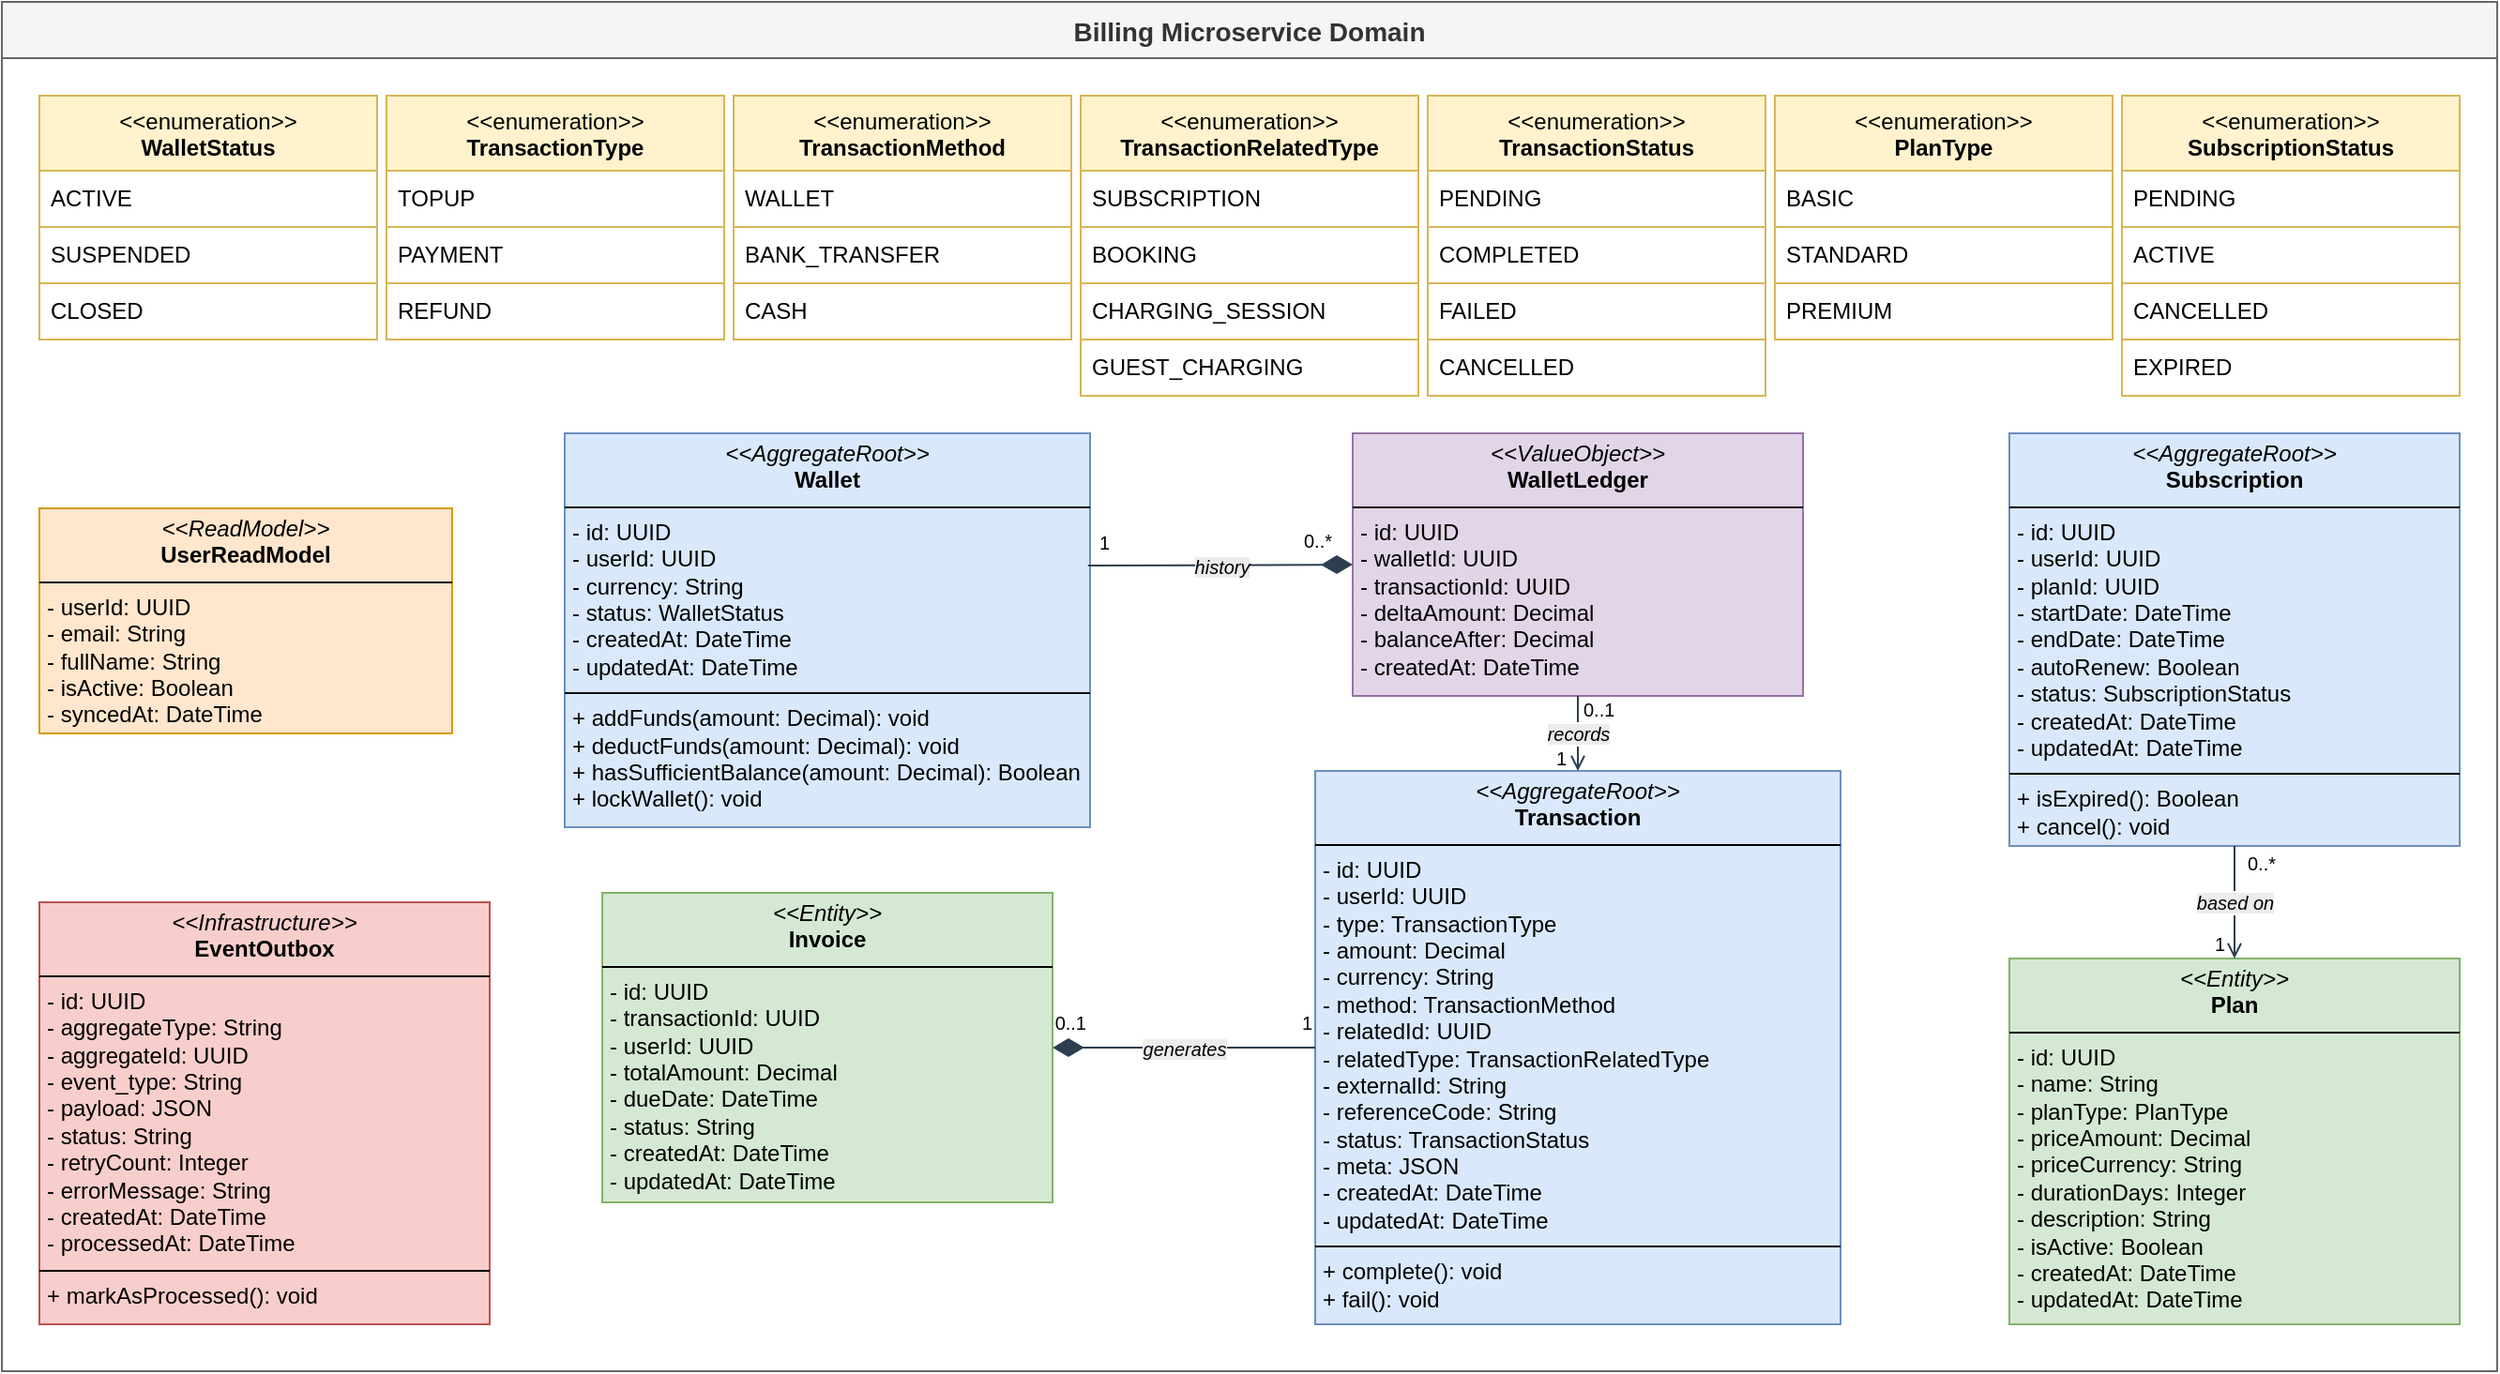
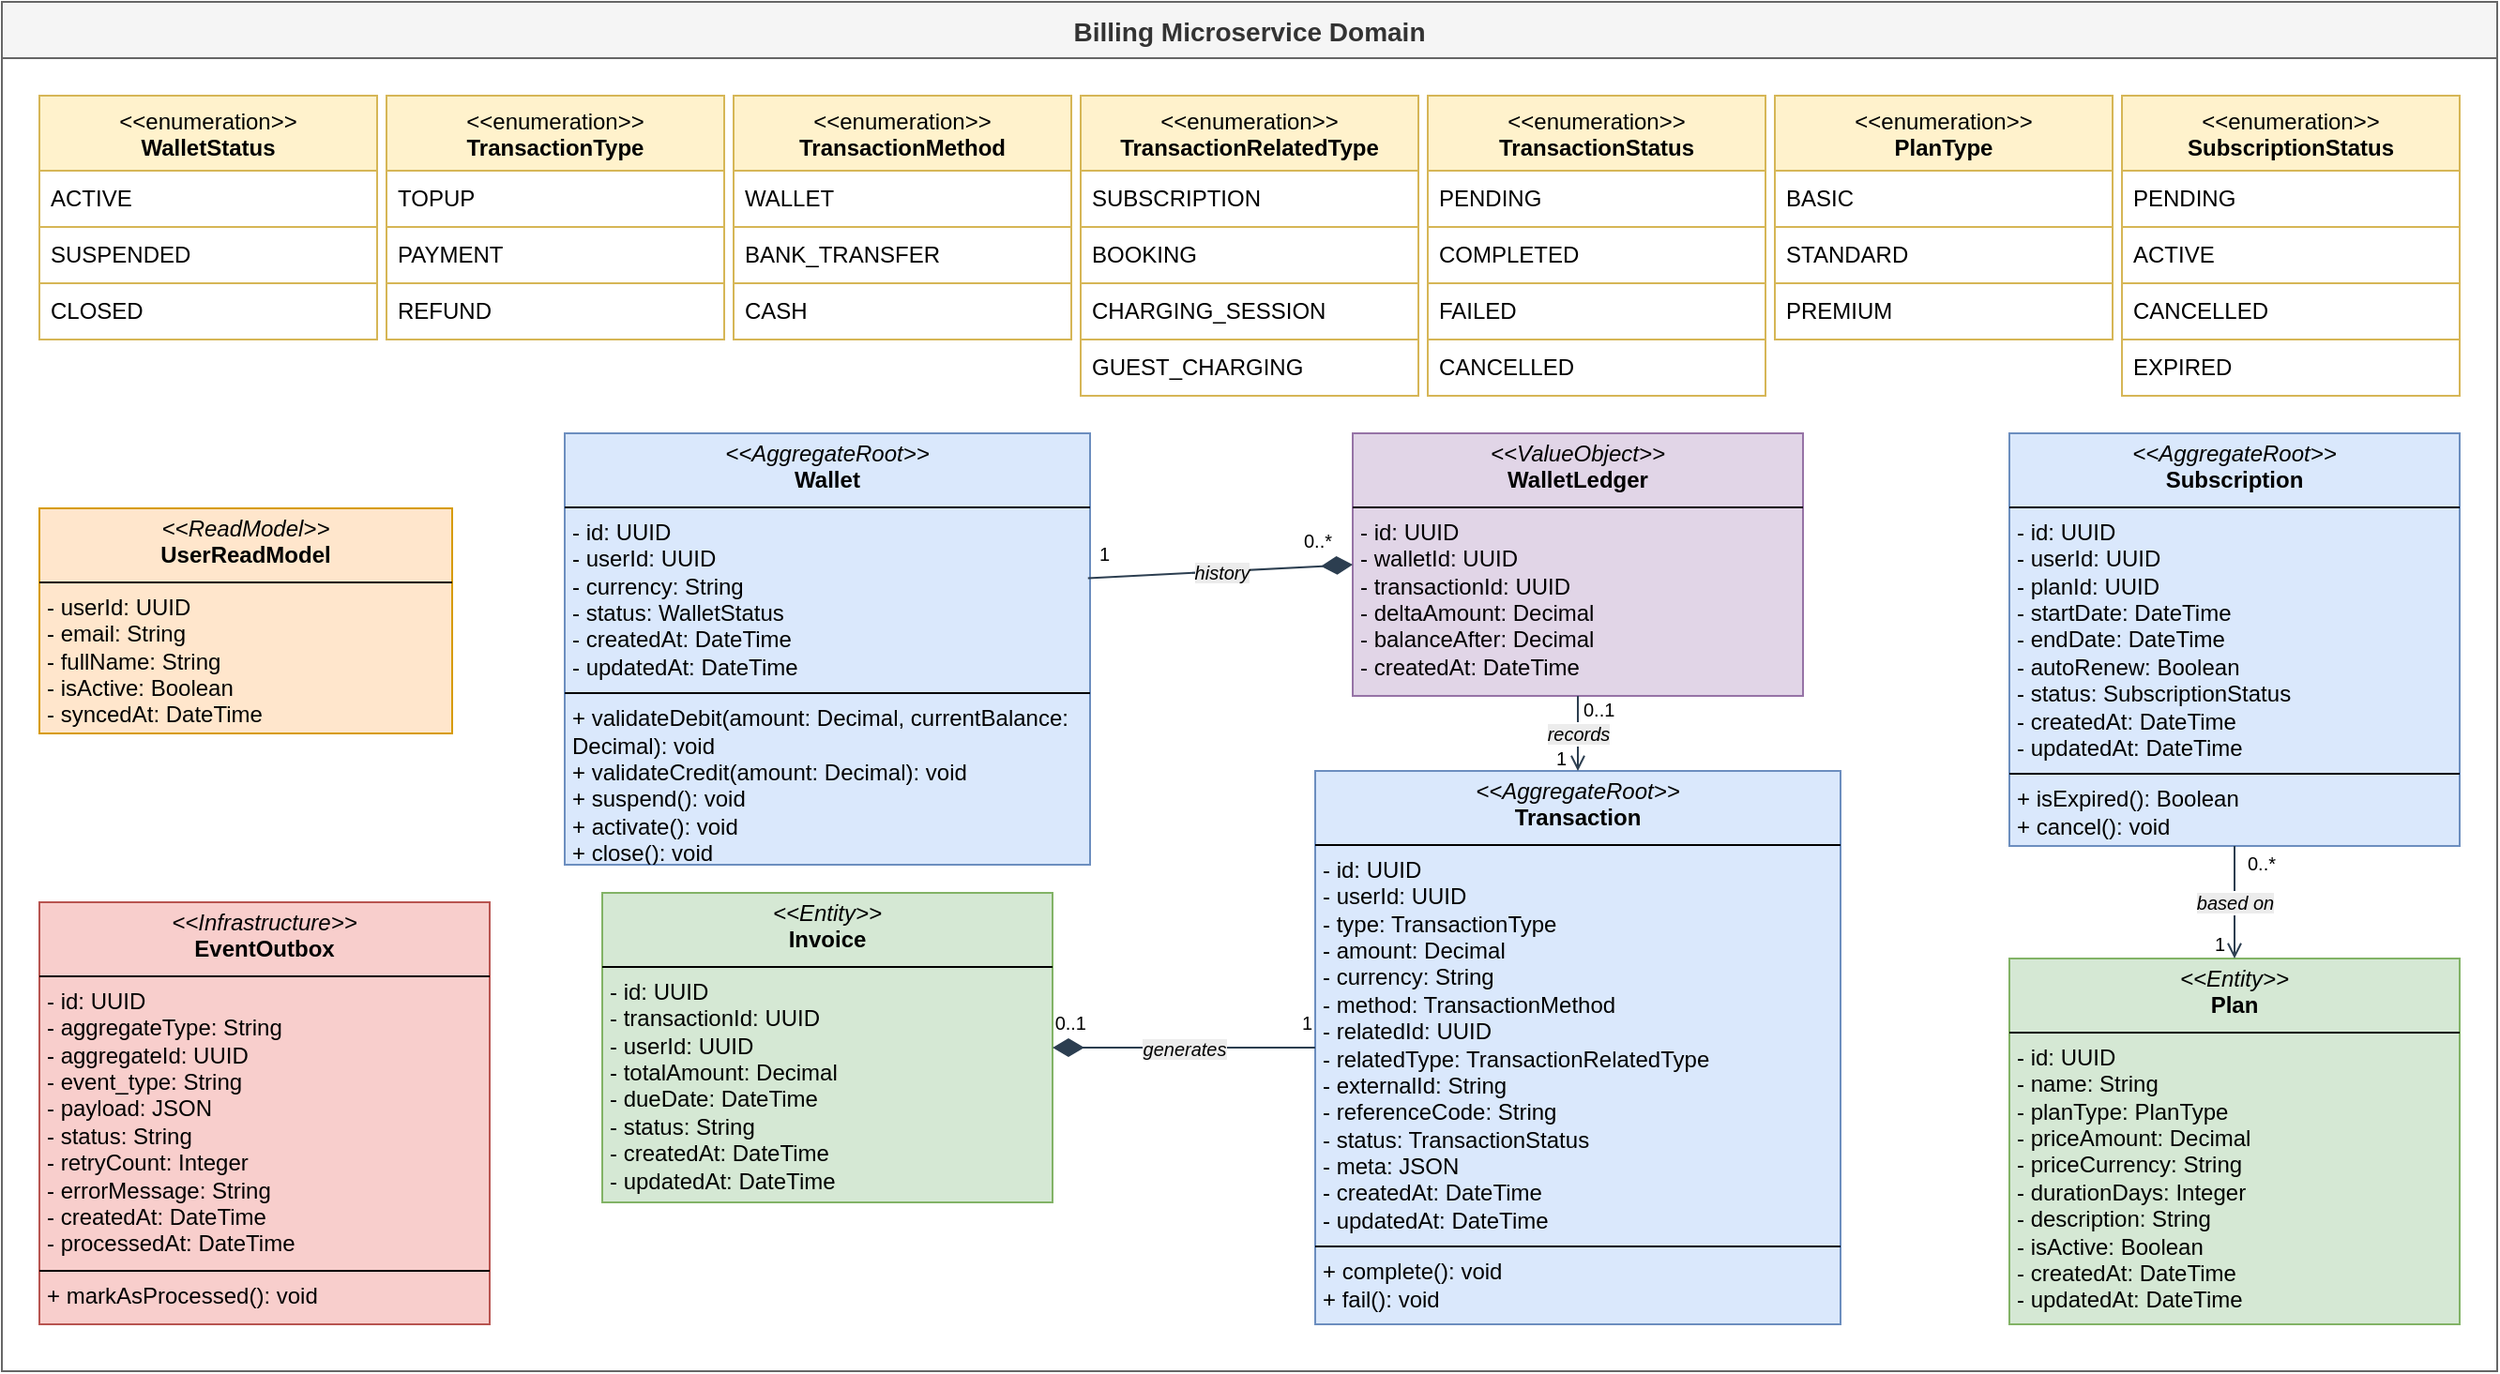
<mxfile host="Electron">
  <diagram id="CD_04_Billing_Domain" name="CD_04_Billing_Domain">
    <mxGraphModel dx="1270" dy="824" grid="1" gridSize="10" guides="1" tooltips="1" connect="1" arrows="1" fold="1" page="1" pageScale="1" pageWidth="3000" pageHeight="2200" math="0" shadow="0">
      <root>
        <mxCell id="0" />
        <mxCell id="1" parent="0" />
        <mxCell id="pkg" parent="1" style="points=[[0,0],[0.25,0],[0.5,0],[0.75,0],[1,0],[1,0.25],[1,0.5],[1,0.75],[1,1],[0.75,1],[0.5,1],[0.25,1],[0,1],[0,0.75],[0,0.5],[0,0.25]];shape=table;startSize=30;container=1;collapsible=0;childLayout=tableLayout;fixedRows=1;rowLines=0;fontStyle=1;align=center;resizeLast=1;fontSize=14;fillColor=#f5f5f5;strokeColor=#666666;fontColor=#333333;" value="Billing Microservice Domain" vertex="1">
          <mxGeometry height="730" width="1330" x="40" y="10" as="geometry" />
        </mxCell>
        <mxCell id="WalletStatus" parent="1" style="swimlane;fontStyle=0;align=center;verticalAlign=top;childLayout=stackLayout;horizontal=1;startSize=40;horizontalStack=0;resizeParent=1;resizeParentMax=0;resizeLast=0;collapsible=0;marginBottom=0;html=1;whiteSpace=wrap;fillColor=#fff2cc;strokeColor=#d6b656;" value="&amp;lt;&amp;lt;enumeration&amp;gt;&amp;gt;&lt;br&gt;&lt;b&gt;WalletStatus&lt;/b&gt;" vertex="1">
          <mxGeometry height="130" width="180" x="60" y="60" as="geometry" />
        </mxCell>
        <mxCell id="WalletStatus_lit0" parent="WalletStatus" style="text;html=1;strokeColor=none;fillColor=none;align=left;verticalAlign=middle;spacingLeft=4;spacingRight=4;overflow=hidden;rotatable=0;points=[[0,0.5],[1,0.5]];portConstraint=eastwest;whiteSpace=wrap;strokeColor=#d6b656;" value="ACTIVE" vertex="1">
          <mxGeometry height="30" width="180" y="40" as="geometry" />
        </mxCell>
        <mxCell id="WalletStatus_lit1" parent="WalletStatus" style="text;html=1;strokeColor=none;fillColor=none;align=left;verticalAlign=middle;spacingLeft=4;spacingRight=4;overflow=hidden;rotatable=0;points=[[0,0.5],[1,0.5]];portConstraint=eastwest;whiteSpace=wrap;strokeColor=#d6b656;" value="SUSPENDED" vertex="1">
          <mxGeometry height="30" width="180" y="70" as="geometry" />
        </mxCell>
        <mxCell id="WalletStatus_lit2" parent="WalletStatus" style="text;html=1;strokeColor=none;fillColor=none;align=left;verticalAlign=middle;spacingLeft=4;spacingRight=4;overflow=hidden;rotatable=0;points=[[0,0.5],[1,0.5]];portConstraint=eastwest;whiteSpace=wrap;strokeColor=#d6b656;" value="CLOSED" vertex="1">
          <mxGeometry height="30" width="180" y="100" as="geometry" />
        </mxCell>
        <mxCell id="TransactionType" parent="1" style="swimlane;fontStyle=0;align=center;verticalAlign=top;childLayout=stackLayout;horizontal=1;startSize=40;horizontalStack=0;resizeParent=1;resizeParentMax=0;resizeLast=0;collapsible=0;marginBottom=0;html=1;whiteSpace=wrap;fillColor=#fff2cc;strokeColor=#d6b656;" value="&amp;lt;&amp;lt;enumeration&amp;gt;&amp;gt;&lt;br&gt;&lt;b&gt;TransactionType&lt;/b&gt;" vertex="1">
          <mxGeometry height="130" width="180" x="245" y="60" as="geometry" />
        </mxCell>
        <mxCell id="TransactionType_lit0" parent="TransactionType" style="text;html=1;strokeColor=none;fillColor=none;align=left;verticalAlign=middle;spacingLeft=4;spacingRight=4;overflow=hidden;rotatable=0;points=[[0,0.5],[1,0.5]];portConstraint=eastwest;whiteSpace=wrap;strokeColor=#d6b656;" value="TOPUP" vertex="1">
          <mxGeometry height="30" width="180" y="40" as="geometry" />
        </mxCell>
        <mxCell id="TransactionType_lit1" parent="TransactionType" style="text;html=1;strokeColor=none;fillColor=none;align=left;verticalAlign=middle;spacingLeft=4;spacingRight=4;overflow=hidden;rotatable=0;points=[[0,0.5],[1,0.5]];portConstraint=eastwest;whiteSpace=wrap;strokeColor=#d6b656;" value="PAYMENT" vertex="1">
          <mxGeometry height="30" width="180" y="70" as="geometry" />
        </mxCell>
        <mxCell id="TransactionType_lit2" parent="TransactionType" style="text;html=1;strokeColor=none;fillColor=none;align=left;verticalAlign=middle;spacingLeft=4;spacingRight=4;overflow=hidden;rotatable=0;points=[[0,0.5],[1,0.5]];portConstraint=eastwest;whiteSpace=wrap;strokeColor=#d6b656;" value="REFUND" vertex="1">
          <mxGeometry height="30" width="180" y="100" as="geometry" />
        </mxCell>
        <mxCell id="TransactionMethod" parent="1" style="swimlane;fontStyle=0;align=center;verticalAlign=top;childLayout=stackLayout;horizontal=1;startSize=40;horizontalStack=0;resizeParent=1;resizeParentMax=0;resizeLast=0;collapsible=0;marginBottom=0;html=1;whiteSpace=wrap;fillColor=#fff2cc;strokeColor=#d6b656;" value="&amp;lt;&amp;lt;enumeration&amp;gt;&amp;gt;&lt;br&gt;&lt;b&gt;TransactionMethod&lt;/b&gt;" vertex="1">
          <mxGeometry height="130" width="180" x="430" y="60" as="geometry" />
        </mxCell>
        <mxCell id="TransactionMethod_lit0" parent="TransactionMethod" style="text;html=1;strokeColor=none;fillColor=none;align=left;verticalAlign=middle;spacingLeft=4;spacingRight=4;overflow=hidden;rotatable=0;points=[[0,0.5],[1,0.5]];portConstraint=eastwest;whiteSpace=wrap;strokeColor=#d6b656;" value="WALLET" vertex="1">
          <mxGeometry height="30" width="180" y="40" as="geometry" />
        </mxCell>
        <mxCell id="TransactionMethod_lit1" parent="TransactionMethod" style="text;html=1;strokeColor=none;fillColor=none;align=left;verticalAlign=middle;spacingLeft=4;spacingRight=4;overflow=hidden;rotatable=0;points=[[0,0.5],[1,0.5]];portConstraint=eastwest;whiteSpace=wrap;strokeColor=#d6b656;" value="BANK_TRANSFER" vertex="1">
          <mxGeometry height="30" width="180" y="70" as="geometry" />
        </mxCell>
        <mxCell id="TransactionMethod_lit2" parent="TransactionMethod" style="text;html=1;strokeColor=none;fillColor=none;align=left;verticalAlign=middle;spacingLeft=4;spacingRight=4;overflow=hidden;rotatable=0;points=[[0,0.5],[1,0.5]];portConstraint=eastwest;whiteSpace=wrap;strokeColor=#d6b656;" value="CASH" vertex="1">
          <mxGeometry height="30" width="180" y="100" as="geometry" />
        </mxCell>
        <mxCell id="TransactionRelatedType" parent="1" style="swimlane;fontStyle=0;align=center;verticalAlign=top;childLayout=stackLayout;horizontal=1;startSize=40;horizontalStack=0;resizeParent=1;resizeParentMax=0;resizeLast=0;collapsible=0;marginBottom=0;html=1;whiteSpace=wrap;fillColor=#fff2cc;strokeColor=#d6b656;" value="&amp;lt;&amp;lt;enumeration&amp;gt;&amp;gt;&lt;br&gt;&lt;b&gt;TransactionRelatedType&lt;/b&gt;" vertex="1">
          <mxGeometry height="160" width="180" x="615" y="60" as="geometry" />
        </mxCell>
        <mxCell id="TransactionRelatedType_lit0" parent="TransactionRelatedType" style="text;html=1;strokeColor=none;fillColor=none;align=left;verticalAlign=middle;spacingLeft=4;spacingRight=4;overflow=hidden;rotatable=0;points=[[0,0.5],[1,0.5]];portConstraint=eastwest;whiteSpace=wrap;strokeColor=#d6b656;" value="SUBSCRIPTION" vertex="1">
          <mxGeometry height="30" width="180" y="40" as="geometry" />
        </mxCell>
        <mxCell id="TransactionRelatedType_lit1" parent="TransactionRelatedType" style="text;html=1;strokeColor=none;fillColor=none;align=left;verticalAlign=middle;spacingLeft=4;spacingRight=4;overflow=hidden;rotatable=0;points=[[0,0.5],[1,0.5]];portConstraint=eastwest;whiteSpace=wrap;strokeColor=#d6b656;" value="BOOKING" vertex="1">
          <mxGeometry height="30" width="180" y="70" as="geometry" />
        </mxCell>
        <mxCell id="TransactionRelatedType_lit2" parent="TransactionRelatedType" style="text;html=1;strokeColor=none;fillColor=none;align=left;verticalAlign=middle;spacingLeft=4;spacingRight=4;overflow=hidden;rotatable=0;points=[[0,0.5],[1,0.5]];portConstraint=eastwest;whiteSpace=wrap;strokeColor=#d6b656;" value="CHARGING_SESSION" vertex="1">
          <mxGeometry height="30" width="180" y="100" as="geometry" />
        </mxCell>
        <mxCell id="TransactionRelatedType_lit3" parent="TransactionRelatedType" style="text;html=1;strokeColor=none;fillColor=none;align=left;verticalAlign=middle;spacingLeft=4;spacingRight=4;overflow=hidden;rotatable=0;points=[[0,0.5],[1,0.5]];portConstraint=eastwest;whiteSpace=wrap;strokeColor=#d6b656;" value="GUEST_CHARGING" vertex="1">
          <mxGeometry height="30" width="180" y="130" as="geometry" />
        </mxCell>
        <mxCell id="TransactionStatus" parent="1" style="swimlane;fontStyle=0;align=center;verticalAlign=top;childLayout=stackLayout;horizontal=1;startSize=40;horizontalStack=0;resizeParent=1;resizeParentMax=0;resizeLast=0;collapsible=0;marginBottom=0;html=1;whiteSpace=wrap;fillColor=#fff2cc;strokeColor=#d6b656;" value="&amp;lt;&amp;lt;enumeration&amp;gt;&amp;gt;&lt;br&gt;&lt;b&gt;TransactionStatus&lt;/b&gt;" vertex="1">
          <mxGeometry height="160" width="180" x="800" y="60" as="geometry" />
        </mxCell>
        <mxCell id="TransactionStatus_lit0" parent="TransactionStatus" style="text;html=1;strokeColor=none;fillColor=none;align=left;verticalAlign=middle;spacingLeft=4;spacingRight=4;overflow=hidden;rotatable=0;points=[[0,0.5],[1,0.5]];portConstraint=eastwest;whiteSpace=wrap;strokeColor=#d6b656;" value="PENDING" vertex="1">
          <mxGeometry height="30" width="180" y="40" as="geometry" />
        </mxCell>
        <mxCell id="TransactionStatus_lit1" parent="TransactionStatus" style="text;html=1;strokeColor=none;fillColor=none;align=left;verticalAlign=middle;spacingLeft=4;spacingRight=4;overflow=hidden;rotatable=0;points=[[0,0.5],[1,0.5]];portConstraint=eastwest;whiteSpace=wrap;strokeColor=#d6b656;" value="COMPLETED" vertex="1">
          <mxGeometry height="30" width="180" y="70" as="geometry" />
        </mxCell>
        <mxCell id="TransactionStatus_lit2" parent="TransactionStatus" style="text;html=1;strokeColor=none;fillColor=none;align=left;verticalAlign=middle;spacingLeft=4;spacingRight=4;overflow=hidden;rotatable=0;points=[[0,0.5],[1,0.5]];portConstraint=eastwest;whiteSpace=wrap;strokeColor=#d6b656;" value="FAILED" vertex="1">
          <mxGeometry height="30" width="180" y="100" as="geometry" />
        </mxCell>
        <mxCell id="TransactionStatus_lit3" parent="TransactionStatus" style="text;html=1;strokeColor=none;fillColor=none;align=left;verticalAlign=middle;spacingLeft=4;spacingRight=4;overflow=hidden;rotatable=0;points=[[0,0.5],[1,0.5]];portConstraint=eastwest;whiteSpace=wrap;strokeColor=#d6b656;" value="CANCELLED" vertex="1">
          <mxGeometry height="30" width="180" y="130" as="geometry" />
        </mxCell>
        <mxCell id="PlanType" parent="1" style="swimlane;fontStyle=0;align=center;verticalAlign=top;childLayout=stackLayout;horizontal=1;startSize=40;horizontalStack=0;resizeParent=1;resizeParentMax=0;resizeLast=0;collapsible=0;marginBottom=0;html=1;whiteSpace=wrap;fillColor=#fff2cc;strokeColor=#d6b656;" value="&amp;lt;&amp;lt;enumeration&amp;gt;&amp;gt;&lt;br&gt;&lt;b&gt;PlanType&lt;/b&gt;" vertex="1">
          <mxGeometry height="130" width="180" x="985" y="60" as="geometry" />
        </mxCell>
        <mxCell id="PlanType_lit0" parent="PlanType" style="text;html=1;strokeColor=none;fillColor=none;align=left;verticalAlign=middle;spacingLeft=4;spacingRight=4;overflow=hidden;rotatable=0;points=[[0,0.5],[1,0.5]];portConstraint=eastwest;whiteSpace=wrap;strokeColor=#d6b656;" value="BASIC" vertex="1">
          <mxGeometry height="30" width="180" y="40" as="geometry" />
        </mxCell>
        <mxCell id="PlanType_lit1" parent="PlanType" style="text;html=1;strokeColor=none;fillColor=none;align=left;verticalAlign=middle;spacingLeft=4;spacingRight=4;overflow=hidden;rotatable=0;points=[[0,0.5],[1,0.5]];portConstraint=eastwest;whiteSpace=wrap;strokeColor=#d6b656;" value="STANDARD" vertex="1">
          <mxGeometry height="30" width="180" y="70" as="geometry" />
        </mxCell>
        <mxCell id="PlanType_lit2" parent="PlanType" style="text;html=1;strokeColor=none;fillColor=none;align=left;verticalAlign=middle;spacingLeft=4;spacingRight=4;overflow=hidden;rotatable=0;points=[[0,0.5],[1,0.5]];portConstraint=eastwest;whiteSpace=wrap;strokeColor=#d6b656;" value="PREMIUM" vertex="1">
          <mxGeometry height="30" width="180" y="100" as="geometry" />
        </mxCell>
        <mxCell id="SubscriptionStatus" parent="1" style="swimlane;fontStyle=0;align=center;verticalAlign=top;childLayout=stackLayout;horizontal=1;startSize=40;horizontalStack=0;resizeParent=1;resizeParentMax=0;resizeLast=0;collapsible=0;marginBottom=0;html=1;whiteSpace=wrap;fillColor=#fff2cc;strokeColor=#d6b656;" value="&amp;lt;&amp;lt;enumeration&amp;gt;&amp;gt;&lt;br&gt;&lt;b&gt;SubscriptionStatus&lt;/b&gt;" vertex="1">
          <mxGeometry height="160" width="180" x="1170" y="60" as="geometry" />
        </mxCell>
        <mxCell id="SubscriptionStatus_lit0" parent="SubscriptionStatus" style="text;html=1;strokeColor=none;fillColor=none;align=left;verticalAlign=middle;spacingLeft=4;spacingRight=4;overflow=hidden;rotatable=0;points=[[0,0.5],[1,0.5]];portConstraint=eastwest;whiteSpace=wrap;strokeColor=#d6b656;" value="PENDING" vertex="1">
          <mxGeometry height="30" width="180" y="40" as="geometry" />
        </mxCell>
        <mxCell id="SubscriptionStatus_lit1" parent="SubscriptionStatus" style="text;html=1;strokeColor=none;fillColor=none;align=left;verticalAlign=middle;spacingLeft=4;spacingRight=4;overflow=hidden;rotatable=0;points=[[0,0.5],[1,0.5]];portConstraint=eastwest;whiteSpace=wrap;strokeColor=#d6b656;" value="ACTIVE" vertex="1">
          <mxGeometry height="30" width="180" y="70" as="geometry" />
        </mxCell>
        <mxCell id="SubscriptionStatus_lit2" parent="SubscriptionStatus" style="text;html=1;strokeColor=none;fillColor=none;align=left;verticalAlign=middle;spacingLeft=4;spacingRight=4;overflow=hidden;rotatable=0;points=[[0,0.5],[1,0.5]];portConstraint=eastwest;whiteSpace=wrap;strokeColor=#d6b656;" value="CANCELLED" vertex="1">
          <mxGeometry height="30" width="180" y="100" as="geometry" />
        </mxCell>
        <mxCell id="SubscriptionStatus_lit3" parent="SubscriptionStatus" style="text;html=1;strokeColor=none;fillColor=none;align=left;verticalAlign=middle;spacingLeft=4;spacingRight=4;overflow=hidden;rotatable=0;points=[[0,0.5],[1,0.5]];portConstraint=eastwest;whiteSpace=wrap;strokeColor=#d6b656;" value="EXPIRED" vertex="1">
          <mxGeometry height="30" width="180" y="130" as="geometry" />
        </mxCell>
-         <mxCell id="Wallet" parent="1" style="verticalAlign=top;align=left;overflow=fill;html=1;whiteSpace=wrap;fillColor=#dae8fc;strokeColor=#6c8ebf;" value="&lt;p style=&quot;margin:0px;margin-top:4px;text-align:center;&quot;&gt;&lt;i&gt;&amp;lt;&amp;lt;AggregateRoot&amp;gt;&amp;gt;&lt;/i&gt;&lt;br/&gt;&lt;b&gt;Wallet&lt;/b&gt;&lt;/p&gt;&lt;hr size=&quot;1&quot; style=&quot;border-style:solid;&quot;/&gt;&lt;p style=&quot;margin:0px;margin-left:4px;&quot;&gt;- id: UUID&lt;/p&gt;&lt;p style=&quot;margin:0px;margin-left:4px;&quot;&gt;- userId: UUID&lt;/p&gt;&lt;p style=&quot;margin:0px;margin-left:4px;&quot;&gt;- currency: String&lt;/p&gt;&lt;p style=&quot;margin:0px;margin-left:4px;&quot;&gt;- status: WalletStatus&lt;/p&gt;&lt;p style=&quot;margin:0px;margin-left:4px;&quot;&gt;- createdAt: DateTime&lt;/p&gt;&lt;p style=&quot;margin:0px;margin-left:4px;&quot;&gt;- updatedAt: DateTime&lt;/p&gt;&lt;hr size=&quot;1&quot; style=&quot;border-style:solid;&quot;/&gt;&lt;p style=&quot;margin:0px;margin-left:4px;&quot;&gt;+ addFunds(amount: Decimal): void&lt;/p&gt;&lt;p style=&quot;margin:0px;margin-left:4px;&quot;&gt;+ deductFunds(amount: Decimal): void&lt;/p&gt;&lt;p style=&quot;margin:0px;margin-left:4px;&quot;&gt;+ hasSufficientBalance(amount: Decimal): Boolean&lt;/p&gt;&lt;p style=&quot;margin:0px;margin-left:4px;&quot;&gt;+ lockWallet(): void&lt;/p&gt;" vertex="1">
-           <mxGeometry height="210" width="280" x="340" y="240" as="geometry" />
+         <mxCell id="Wallet" parent="1" style="verticalAlign=top;align=left;overflow=fill;html=1;whiteSpace=wrap;fillColor=#dae8fc;strokeColor=#6c8ebf;" value="&lt;p style=&quot;margin:0px;margin-top:4px;text-align:center;&quot;&gt;&lt;i&gt;&amp;lt;&amp;lt;AggregateRoot&amp;gt;&amp;gt;&lt;/i&gt;&lt;br/&gt;&lt;b&gt;Wallet&lt;/b&gt;&lt;/p&gt;&lt;hr size=&quot;1&quot; style=&quot;border-style:solid;&quot;/&gt;&lt;p style=&quot;margin:0px;margin-left:4px;&quot;&gt;- id: UUID&lt;/p&gt;&lt;p style=&quot;margin:0px;margin-left:4px;&quot;&gt;- userId: UUID&lt;/p&gt;&lt;p style=&quot;margin:0px;margin-left:4px;&quot;&gt;- currency: String&lt;/p&gt;&lt;p style=&quot;margin:0px;margin-left:4px;&quot;&gt;- status: WalletStatus&lt;/p&gt;&lt;p style=&quot;margin:0px;margin-left:4px;&quot;&gt;- createdAt: DateTime&lt;/p&gt;&lt;p style=&quot;margin:0px;margin-left:4px;&quot;&gt;- updatedAt: DateTime&lt;/p&gt;&lt;hr size=&quot;1&quot; style=&quot;border-style:solid;&quot;/&gt;&lt;p style=&quot;margin:0px;margin-left:4px;&quot;&gt;+ validateDebit(amount: Decimal, currentBalance: Decimal): void&lt;/p&gt;&lt;p style=&quot;margin:0px;margin-left:4px;&quot;&gt;+ validateCredit(amount: Decimal): void&lt;/p&gt;&lt;p style=&quot;margin:0px;margin-left:4px;&quot;&gt;+ suspend(): void&lt;/p&gt;&lt;p style=&quot;margin:0px;margin-left:4px;&quot;&gt;+ activate(): void&lt;/p&gt;&lt;p style=&quot;margin:0px;margin-left:4px;&quot;&gt;+ close(): void&lt;/p&gt;" vertex="1">
+           <mxGeometry height="230" width="280" x="340" y="240" as="geometry" />
        </mxCell>
        <mxCell id="Transaction" parent="1" style="verticalAlign=top;align=left;overflow=fill;html=1;whiteSpace=wrap;fillColor=#dae8fc;strokeColor=#6c8ebf;" value="&lt;p style=&quot;margin:0px;margin-top:4px;text-align:center;&quot;&gt;&lt;i&gt;&amp;lt;&amp;lt;AggregateRoot&amp;gt;&amp;gt;&lt;/i&gt;&lt;br/&gt;&lt;b&gt;Transaction&lt;/b&gt;&lt;/p&gt;&lt;hr size=&quot;1&quot; style=&quot;border-style:solid;&quot;/&gt;&lt;p style=&quot;margin:0px;margin-left:4px;&quot;&gt;- id: UUID&lt;/p&gt;&lt;p style=&quot;margin:0px;margin-left:4px;&quot;&gt;- userId: UUID&lt;/p&gt;&lt;p style=&quot;margin:0px;margin-left:4px;&quot;&gt;- type: TransactionType&lt;/p&gt;&lt;p style=&quot;margin:0px;margin-left:4px;&quot;&gt;- amount: Decimal&lt;/p&gt;&lt;p style=&quot;margin:0px;margin-left:4px;&quot;&gt;- currency: String&lt;/p&gt;&lt;p style=&quot;margin:0px;margin-left:4px;&quot;&gt;- method: TransactionMethod&lt;/p&gt;&lt;p style=&quot;margin:0px;margin-left:4px;&quot;&gt;- relatedId: UUID&lt;/p&gt;&lt;p style=&quot;margin:0px;margin-left:4px;&quot;&gt;- relatedType: TransactionRelatedType&lt;/p&gt;&lt;p style=&quot;margin:0px;margin-left:4px;&quot;&gt;- externalId: String&lt;/p&gt;&lt;p style=&quot;margin:0px;margin-left:4px;&quot;&gt;- referenceCode: String&lt;/p&gt;&lt;p style=&quot;margin:0px;margin-left:4px;&quot;&gt;- status: TransactionStatus&lt;/p&gt;&lt;p style=&quot;margin:0px;margin-left:4px;&quot;&gt;- meta: JSON&lt;/p&gt;&lt;p style=&quot;margin:0px;margin-left:4px;&quot;&gt;- createdAt: DateTime&lt;/p&gt;&lt;p style=&quot;margin:0px;margin-left:4px;&quot;&gt;- updatedAt: DateTime&lt;/p&gt;&lt;hr size=&quot;1&quot; style=&quot;border-style:solid;&quot;/&gt;&lt;p style=&quot;margin:0px;margin-left:4px;&quot;&gt;+ complete(): void&lt;/p&gt;&lt;p style=&quot;margin:0px;margin-left:4px;&quot;&gt;+ fail(): void&lt;/p&gt;" vertex="1">
          <mxGeometry height="295" width="280" x="740" y="420" as="geometry" />
        </mxCell>
        <mxCell id="WalletLedger" parent="1" style="verticalAlign=top;align=left;overflow=fill;html=1;whiteSpace=wrap;fillColor=#e1d5e7;strokeColor=#9673a6;" value="&lt;p style=&quot;margin:0px;margin-top:4px;text-align:center;&quot;&gt;&lt;i&gt;&amp;lt;&amp;lt;ValueObject&amp;gt;&amp;gt;&lt;/i&gt;&lt;br/&gt;&lt;b&gt;WalletLedger&lt;/b&gt;&lt;/p&gt;&lt;hr size=&quot;1&quot; style=&quot;border-style:solid;&quot;/&gt;&lt;p style=&quot;margin:0px;margin-left:4px;&quot;&gt;- id: UUID&lt;/p&gt;&lt;p style=&quot;margin:0px;margin-left:4px;&quot;&gt;- walletId: UUID&lt;/p&gt;&lt;p style=&quot;margin:0px;margin-left:4px;&quot;&gt;- transactionId: UUID&lt;/p&gt;&lt;p style=&quot;margin:0px;margin-left:4px;&quot;&gt;- deltaAmount: Decimal&lt;/p&gt;&lt;p style=&quot;margin:0px;margin-left:4px;&quot;&gt;- balanceAfter: Decimal&lt;/p&gt;&lt;p style=&quot;margin:0px;margin-left:4px;&quot;&gt;- createdAt: DateTime&lt;/p&gt;" vertex="1">
          <mxGeometry height="140" width="240" x="760" y="240" as="geometry" />
        </mxCell>
        <mxCell id="Invoice" parent="1" style="verticalAlign=top;align=left;overflow=fill;html=1;whiteSpace=wrap;fillColor=#d5e8d4;strokeColor=#82b366;" value="&lt;p style=&quot;margin:0px;margin-top:4px;text-align:center;&quot;&gt;&lt;i&gt;&amp;lt;&amp;lt;Entity&amp;gt;&amp;gt;&lt;/i&gt;&lt;br/&gt;&lt;b&gt;Invoice&lt;/b&gt;&lt;/p&gt;&lt;hr size=&quot;1&quot; style=&quot;border-style:solid;&quot;/&gt;&lt;p style=&quot;margin:0px;margin-left:4px;&quot;&gt;- id: UUID&lt;/p&gt;&lt;p style=&quot;margin:0px;margin-left:4px;&quot;&gt;- transactionId: UUID&lt;/p&gt;&lt;p style=&quot;margin:0px;margin-left:4px;&quot;&gt;- userId: UUID&lt;/p&gt;&lt;p style=&quot;margin:0px;margin-left:4px;&quot;&gt;- totalAmount: Decimal&lt;/p&gt;&lt;p style=&quot;margin:0px;margin-left:4px;&quot;&gt;- dueDate: DateTime&lt;/p&gt;&lt;p style=&quot;margin:0px;margin-left:4px;&quot;&gt;- status: String&lt;/p&gt;&lt;p style=&quot;margin:0px;margin-left:4px;&quot;&gt;- createdAt: DateTime&lt;/p&gt;&lt;p style=&quot;margin:0px;margin-left:4px;&quot;&gt;- updatedAt: DateTime&lt;/p&gt;" vertex="1">
          <mxGeometry height="165" width="240" x="360" y="485" as="geometry" />
        </mxCell>
        <mxCell id="Plan" parent="1" style="verticalAlign=top;align=left;overflow=fill;html=1;whiteSpace=wrap;fillColor=#d5e8d4;strokeColor=#82b366;" value="&lt;p style=&quot;margin:0px;margin-top:4px;text-align:center;&quot;&gt;&lt;i&gt;&amp;lt;&amp;lt;Entity&amp;gt;&amp;gt;&lt;/i&gt;&lt;br/&gt;&lt;b&gt;Plan&lt;/b&gt;&lt;/p&gt;&lt;hr size=&quot;1&quot; style=&quot;border-style:solid;&quot;/&gt;&lt;p style=&quot;margin:0px;margin-left:4px;&quot;&gt;- id: UUID&lt;/p&gt;&lt;p style=&quot;margin:0px;margin-left:4px;&quot;&gt;- name: String&lt;/p&gt;&lt;p style=&quot;margin:0px;margin-left:4px;&quot;&gt;- planType: PlanType&lt;/p&gt;&lt;p style=&quot;margin:0px;margin-left:4px;&quot;&gt;- priceAmount: Decimal&lt;/p&gt;&lt;p style=&quot;margin:0px;margin-left:4px;&quot;&gt;- priceCurrency: String&lt;/p&gt;&lt;p style=&quot;margin:0px;margin-left:4px;&quot;&gt;- durationDays: Integer&lt;/p&gt;&lt;p style=&quot;margin:0px;margin-left:4px;&quot;&gt;- description: String&lt;/p&gt;&lt;p style=&quot;margin:0px;margin-left:4px;&quot;&gt;- isActive: Boolean&lt;/p&gt;&lt;p style=&quot;margin:0px;margin-left:4px;&quot;&gt;- createdAt: DateTime&lt;/p&gt;&lt;p style=&quot;margin:0px;margin-left:4px;&quot;&gt;- updatedAt: DateTime&lt;/p&gt;" vertex="1">
          <mxGeometry height="195" width="240" x="1110" y="520" as="geometry" />
        </mxCell>
        <mxCell id="Subscription" parent="1" style="verticalAlign=top;align=left;overflow=fill;html=1;whiteSpace=wrap;fillColor=#dae8fc;strokeColor=#6c8ebf;" value="&lt;p style=&quot;margin:0px;margin-top:4px;text-align:center;&quot;&gt;&lt;i&gt;&amp;lt;&amp;lt;AggregateRoot&amp;gt;&amp;gt;&lt;/i&gt;&lt;br/&gt;&lt;b&gt;Subscription&lt;/b&gt;&lt;/p&gt;&lt;hr size=&quot;1&quot; style=&quot;border-style:solid;&quot;/&gt;&lt;p style=&quot;margin:0px;margin-left:4px;&quot;&gt;- id: UUID&lt;/p&gt;&lt;p style=&quot;margin:0px;margin-left:4px;&quot;&gt;- userId: UUID&lt;/p&gt;&lt;p style=&quot;margin:0px;margin-left:4px;&quot;&gt;- planId: UUID&lt;/p&gt;&lt;p style=&quot;margin:0px;margin-left:4px;&quot;&gt;- startDate: DateTime&lt;/p&gt;&lt;p style=&quot;margin:0px;margin-left:4px;&quot;&gt;- endDate: DateTime&lt;/p&gt;&lt;p style=&quot;margin:0px;margin-left:4px;&quot;&gt;- autoRenew: Boolean&lt;/p&gt;&lt;p style=&quot;margin:0px;margin-left:4px;&quot;&gt;- status: SubscriptionStatus&lt;/p&gt;&lt;p style=&quot;margin:0px;margin-left:4px;&quot;&gt;- createdAt: DateTime&lt;/p&gt;&lt;p style=&quot;margin:0px;margin-left:4px;&quot;&gt;- updatedAt: DateTime&lt;/p&gt;&lt;hr size=&quot;1&quot; style=&quot;border-style:solid;&quot;/&gt;&lt;p style=&quot;margin:0px;margin-left:4px;&quot;&gt;+ isExpired(): Boolean&lt;/p&gt;&lt;p style=&quot;margin:0px;margin-left:4px;&quot;&gt;+ cancel(): void&lt;/p&gt;" vertex="1">
          <mxGeometry height="220" width="240" x="1110" y="240" as="geometry" />
        </mxCell>
        <mxCell id="UserReadModel" parent="1" style="verticalAlign=top;align=left;overflow=fill;html=1;whiteSpace=wrap;fillColor=#ffe6cc;strokeColor=#d79b00;" value="&lt;p style=&quot;margin:0px;margin-top:4px;text-align:center;&quot;&gt;&lt;i&gt;&amp;lt;&amp;lt;ReadModel&amp;gt;&amp;gt;&lt;/i&gt;&lt;br/&gt;&lt;b&gt;UserReadModel&lt;/b&gt;&lt;/p&gt;&lt;hr size=&quot;1&quot; style=&quot;border-style:solid;&quot;/&gt;&lt;p style=&quot;margin:0px;margin-left:4px;&quot;&gt;- userId: UUID&lt;/p&gt;&lt;p style=&quot;margin:0px;margin-left:4px;&quot;&gt;- email: String&lt;/p&gt;&lt;p style=&quot;margin:0px;margin-left:4px;&quot;&gt;- fullName: String&lt;/p&gt;&lt;p style=&quot;margin:0px;margin-left:4px;&quot;&gt;- isActive: Boolean&lt;/p&gt;&lt;p style=&quot;margin:0px;margin-left:4px;&quot;&gt;- syncedAt: DateTime&lt;/p&gt;" vertex="1">
          <mxGeometry height="120" width="220" x="60" y="280" as="geometry" />
        </mxCell>
        <mxCell id="EventOutbox" parent="1" style="verticalAlign=top;align=left;overflow=fill;html=1;whiteSpace=wrap;fillColor=#f8cecc;strokeColor=#b85450;" value="&lt;p style=&quot;margin:0px;margin-top:4px;text-align:center;&quot;&gt;&lt;i&gt;&amp;lt;&amp;lt;Infrastructure&amp;gt;&amp;gt;&lt;/i&gt;&lt;br/&gt;&lt;b&gt;EventOutbox&lt;/b&gt;&lt;/p&gt;&lt;hr size=&quot;1&quot; style=&quot;border-style:solid;&quot;/&gt;&lt;p style=&quot;margin:0px;margin-left:4px;&quot;&gt;- id: UUID&lt;/p&gt;&lt;p style=&quot;margin:0px;margin-left:4px;&quot;&gt;- aggregateType: String&lt;/p&gt;&lt;p style=&quot;margin:0px;margin-left:4px;&quot;&gt;- aggregateId: UUID&lt;/p&gt;&lt;p style=&quot;margin:0px;margin-left:4px;&quot;&gt;- event_type: String&lt;/p&gt;&lt;p style=&quot;margin:0px;margin-left:4px;&quot;&gt;- payload: JSON&lt;/p&gt;&lt;p style=&quot;margin:0px;margin-left:4px;&quot;&gt;- status: String&lt;/p&gt;&lt;p style=&quot;margin:0px;margin-left:4px;&quot;&gt;- retryCount: Integer&lt;/p&gt;&lt;p style=&quot;margin:0px;margin-left:4px;&quot;&gt;- errorMessage: String&lt;/p&gt;&lt;p style=&quot;margin:0px;margin-left:4px;&quot;&gt;- createdAt: DateTime&lt;/p&gt;&lt;p style=&quot;margin:0px;margin-left:4px;&quot;&gt;- processedAt: DateTime&lt;/p&gt;&lt;hr size=&quot;1&quot; style=&quot;border-style:solid;&quot;/&gt;&lt;p style=&quot;margin:0px;margin-left:4px;&quot;&gt;+ markAsProcessed(): void&lt;/p&gt;" vertex="1">
          <mxGeometry height="225" width="240" x="60" y="490" as="geometry" />
        </mxCell>
        <mxCell id="r0" edge="1" parent="1" source="Wallet" style="endArrow=diamondThin;endFill=1;endSize=14;rounded=0;orthogonalLoop=1;jettySize=auto;html=1;strokeColor=#2C3E50;exitX=0.996;exitY=0.336;exitDx=0;exitDy=0;entryX=0;entryY=0.5;entryDx=0;entryDy=0;exitPerimeter=0;" target="WalletLedger" value="">
          <mxGeometry relative="1" as="geometry" />
        </mxCell>
        <mxCell id="r0_sl" connectable="0" parent="r0" style="resizable=0;html=1;align=left;verticalAlign=bottom;labelBackgroundColor=none;fontSize=10;" value="1" vertex="1">
          <mxGeometry relative="1" x="-0.8" as="geometry">
            <mxPoint x="-10" y="-4" as="offset" />
          </mxGeometry>
        </mxCell>
        <mxCell id="r0_el" connectable="0" parent="r0" style="resizable=0;html=1;align=right;verticalAlign=bottom;labelBackgroundColor=none;fontSize=10;" value="0..*" vertex="1">
          <mxGeometry relative="1" x="0.8" as="geometry">
            <mxPoint x="4" y="-5" as="offset" />
          </mxGeometry>
        </mxCell>
        <mxCell id="r0_lbl" connectable="0" parent="r0" style="edgeLabel;html=1;align=center;verticalAlign=middle;resizable=0;points=[];" value="&lt;span style=&quot;font-size: 10px; font-style: italic; background-color: rgb(236, 236, 236);&quot;&gt;history&lt;/span&gt;" vertex="1">
          <mxGeometry relative="1" as="geometry" />
        </mxCell>
        <mxCell id="r1" edge="1" parent="1" source="WalletLedger" style="endArrow=open;endFill=0;rounded=0;orthogonalLoop=1;jettySize=auto;html=1;strokeColor=#2C3E50;" target="Transaction" value="">
          <mxGeometry relative="1" as="geometry" />
        </mxCell>
        <mxCell id="r1_sl" connectable="0" parent="r1" style="resizable=0;html=1;align=left;verticalAlign=bottom;labelBackgroundColor=none;fontSize=10;" value="0..1" vertex="1">
          <mxGeometry relative="1" x="-0.8" as="geometry">
            <mxPoint x="1" y="11" as="offset" />
          </mxGeometry>
        </mxCell>
        <mxCell id="r1_el" connectable="0" parent="r1" style="resizable=0;html=1;align=right;verticalAlign=bottom;labelBackgroundColor=none;fontSize=10;" value="1" vertex="1">
          <mxGeometry relative="1" x="0.8" as="geometry">
            <mxPoint x="-6" y="5" as="offset" />
          </mxGeometry>
        </mxCell>
        <mxCell id="r1_lbl" connectable="0" parent="r1" style="edgeLabel;html=1;align=center;verticalAlign=middle;resizable=0;points=[];" value="&lt;span style=&quot;font-size: 10px; font-style: italic; background-color: rgb(236, 236, 236);&quot;&gt;records&lt;/span&gt;" vertex="1">
          <mxGeometry relative="1" as="geometry" />
        </mxCell>
        <mxCell id="r2" edge="1" parent="1" source="Transaction" style="endArrow=diamondThin;endFill=1;endSize=14;rounded=0;orthogonalLoop=1;jettySize=auto;html=1;strokeColor=#2C3E50;exitX=0;exitY=0.5;exitDx=0;exitDy=0;" target="Invoice" value="">
          <mxGeometry relative="1" as="geometry" />
        </mxCell>
        <mxCell id="r2_sl" connectable="0" parent="r2" style="resizable=0;html=1;align=left;verticalAlign=bottom;labelBackgroundColor=none;fontSize=10;" value="1" vertex="1">
          <mxGeometry relative="1" x="-0.8" as="geometry">
            <mxPoint x="5" y="-5" as="offset" />
          </mxGeometry>
        </mxCell>
        <mxCell id="r2_el" connectable="0" parent="r2" style="resizable=0;html=1;align=right;verticalAlign=bottom;labelBackgroundColor=none;fontSize=10;" value="0..1" vertex="1">
          <mxGeometry relative="1" x="0.8" as="geometry">
            <mxPoint x="4" y="-5" as="offset" />
          </mxGeometry>
        </mxCell>
        <mxCell id="r2_lbl" connectable="0" parent="r2" style="edgeLabel;html=1;align=center;verticalAlign=middle;resizable=0;points=[];" value="&lt;span style=&quot;font-size: 10px; font-style: italic; background-color: rgb(236, 236, 236);&quot;&gt;generates&lt;/span&gt;" vertex="1">
          <mxGeometry relative="1" as="geometry" />
        </mxCell>
        <mxCell id="r3" edge="1" parent="1" source="Subscription" style="endArrow=open;endFill=0;rounded=0;orthogonalLoop=1;jettySize=auto;html=1;strokeColor=#2C3E50;" target="Plan" value="">
          <mxGeometry relative="1" as="geometry" />
        </mxCell>
        <mxCell id="r3_sl" connectable="0" parent="r3" style="resizable=0;html=1;align=left;verticalAlign=bottom;labelBackgroundColor=none;fontSize=10;" value="0..*" vertex="1">
          <mxGeometry relative="1" x="-0.8" as="geometry">
            <mxPoint x="5" y="11" as="offset" />
          </mxGeometry>
        </mxCell>
        <mxCell id="r3_el" connectable="0" parent="r3" style="resizable=0;html=1;align=right;verticalAlign=bottom;labelBackgroundColor=none;fontSize=10;" value="1" vertex="1">
          <mxGeometry relative="1" x="0.8" as="geometry">
            <mxPoint x="-5" y="6" as="offset" />
          </mxGeometry>
        </mxCell>
        <mxCell id="r3_lbl" connectable="0" parent="r3" style="edgeLabel;html=1;align=center;verticalAlign=middle;resizable=0;points=[];" value="&lt;span style=&quot;font-size: 10px; font-style: italic; background-color: rgb(236, 236, 236);&quot;&gt;based on&lt;/span&gt;" vertex="1">
          <mxGeometry relative="1" as="geometry" />
        </mxCell>
      </root>
    </mxGraphModel>
  </diagram>
</mxfile>
